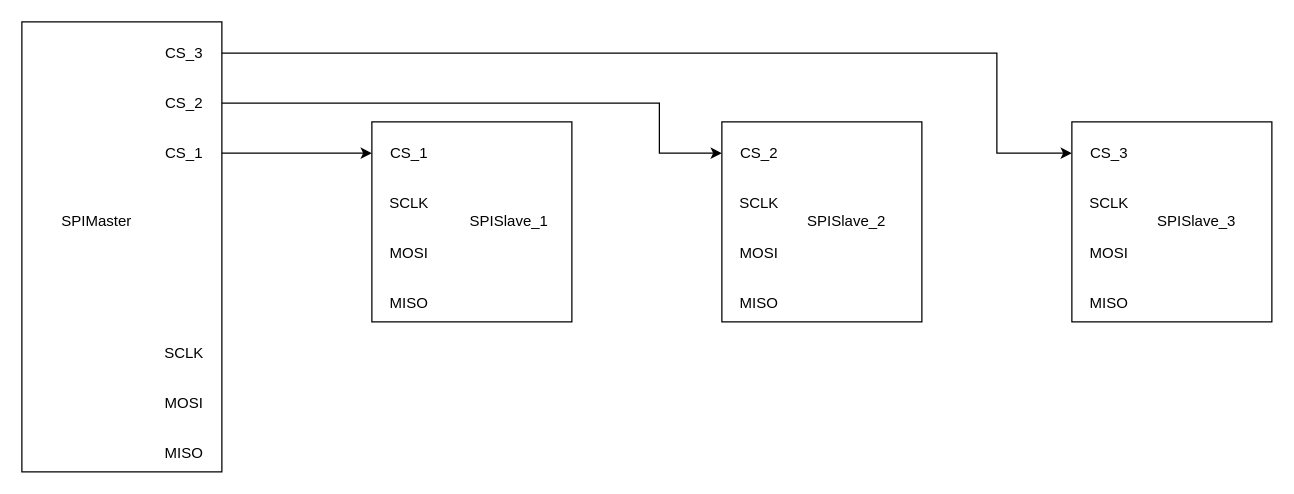
Before: img/post/spi/图_5-1_一个主机多个从机的一般接口框图.dio in ICJJ/icjj.github.io, a draw.io diagram. Source tidied: cells renumbered, new cells numbered last; positions are measured from the earlier drawing's top-left corner, leaving out a move shared by most shapes. Both pictures are drawn from the tidied source at 125%, with x=0, y=0 at pixel (21, 21).
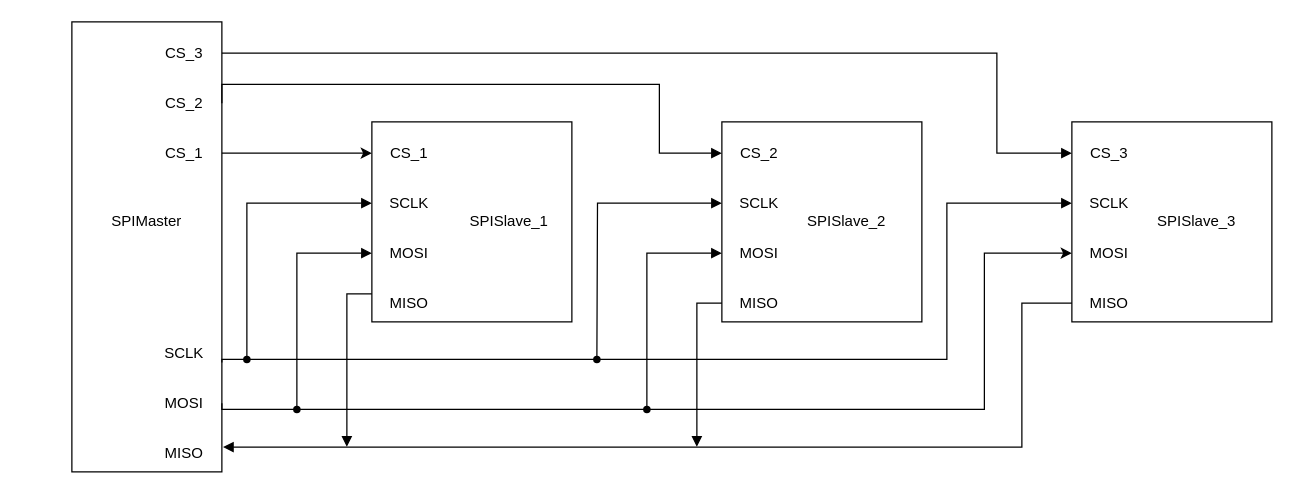
After the change.

Unchanged cells that the change refers to:
```xml
<mxCell id="3" value="MISO" style="text;html=1;strokeColor=none;fillColor=none;align=center;verticalAlign=middle;whiteSpace=wrap;rounded=0;" parent="1" vertex="1">
  <mxGeometry x="100" y="330" width="60" height="30" as="geometry" />
</mxCell>
<mxCell id="4" value="MOSI" style="text;html=1;strokeColor=none;fillColor=none;align=center;verticalAlign=middle;whiteSpace=wrap;rounded=0;" parent="1" vertex="1">
  <mxGeometry x="100" y="290" width="60" height="30" as="geometry" />
</mxCell>
<mxCell id="5" value="SCLK" style="text;html=1;strokeColor=none;fillColor=none;align=center;verticalAlign=middle;whiteSpace=wrap;rounded=0;" parent="1" vertex="1">
  <mxGeometry x="100" y="250" width="60" height="30" as="geometry" />
</mxCell>
<mxCell id="10" value="MISO" style="text;html=1;strokeColor=none;fillColor=none;align=center;verticalAlign=middle;whiteSpace=wrap;rounded=0;" parent="1" vertex="1">
  <mxGeometry x="280" y="210" width="60" height="30" as="geometry" />
</mxCell>
<mxCell id="11" value="MOSI" style="text;html=1;strokeColor=none;fillColor=none;align=center;verticalAlign=middle;whiteSpace=wrap;rounded=0;" parent="1" vertex="1">
  <mxGeometry x="280" y="170" width="60" height="30" as="geometry" />
</mxCell>
<mxCell id="12" value="SCLK" style="text;html=1;strokeColor=none;fillColor=none;align=center;verticalAlign=middle;whiteSpace=wrap;rounded=0;" parent="1" vertex="1">
  <mxGeometry x="280" y="130" width="60" height="30" as="geometry" />
</mxCell>
<mxCell id="16" value="MISO" style="text;html=1;strokeColor=none;fillColor=none;align=center;verticalAlign=middle;whiteSpace=wrap;rounded=0;" parent="1" vertex="1">
  <mxGeometry x="560" y="210" width="60" height="30" as="geometry" />
</mxCell>
<mxCell id="17" value="MOSI" style="text;html=1;strokeColor=none;fillColor=none;align=center;verticalAlign=middle;whiteSpace=wrap;rounded=0;" parent="1" vertex="1">
  <mxGeometry x="560" y="170" width="60" height="30" as="geometry" />
</mxCell>
<mxCell id="18" value="SCLK" style="text;html=1;strokeColor=none;fillColor=none;align=center;verticalAlign=middle;whiteSpace=wrap;rounded=0;" parent="1" vertex="1">
  <mxGeometry x="560" y="130" width="60" height="30" as="geometry" />
</mxCell>
<mxCell id="19" value="CS_2" style="text;html=1;strokeColor=none;fillColor=none;align=center;verticalAlign=middle;whiteSpace=wrap;rounded=0;" parent="1" vertex="1">
  <mxGeometry x="560" y="90" width="60" height="30" as="geometry" />
</mxCell>
<mxCell id="22" value="MISO" style="text;html=1;strokeColor=none;fillColor=none;align=center;verticalAlign=middle;whiteSpace=wrap;rounded=0;" parent="1" vertex="1">
  <mxGeometry x="840" y="210" width="60" height="30" as="geometry" />
</mxCell>
<mxCell id="23" value="MOSI" style="text;html=1;strokeColor=none;fillColor=none;align=center;verticalAlign=middle;whiteSpace=wrap;rounded=0;" parent="1" vertex="1">
  <mxGeometry x="840" y="170" width="60" height="30" as="geometry" />
</mxCell>
<mxCell id="24" value="SCLK" style="text;html=1;strokeColor=none;fillColor=none;align=center;verticalAlign=middle;whiteSpace=wrap;rounded=0;" parent="1" vertex="1">
  <mxGeometry x="840" y="130" width="60" height="30" as="geometry" />
</mxCell>
<mxCell id="25" value="CS_3" style="text;html=1;strokeColor=none;fillColor=none;align=center;verticalAlign=middle;whiteSpace=wrap;rounded=0;" parent="1" vertex="1">
  <mxGeometry x="840" y="90" width="60" height="30" as="geometry" />
</mxCell>
<mxCell id="28" value="CS_2" style="text;html=1;strokeColor=none;fillColor=none;align=center;verticalAlign=middle;whiteSpace=wrap;rounded=0;" parent="1" vertex="1">
  <mxGeometry x="100" y="50" width="60" height="30" as="geometry" />
</mxCell>
<mxCell id="30" value="CS_3" style="text;html=1;strokeColor=none;fillColor=none;align=center;verticalAlign=middle;whiteSpace=wrap;rounded=0;" parent="1" vertex="1">
  <mxGeometry x="100" y="10" width="60" height="30" as="geometry" />
</mxCell>
```

The edit, as a diff of the source:
```diff
@@
     <mxCell id="2" style="rounded=0;whiteSpace=wrap;html=1;" parent="1" vertex="1">
-      <mxGeometry width="160" height="360" as="geometry" />
+      <mxGeometry x="40" width="120" height="360" as="geometry" />
     </mxCell>
@@
+    <mxCell id="31" style="edgeStyle=orthogonalEdgeStyle;rounded=0;jettySize=auto;html=1;exitX=1;exitY=0.5;exitDx=0;exitDy=0;entryX=0;entryY=0.5;entryDx=0;entryDy=0;" parent="1" edge="1" source="4" target="23">
+      <mxGeometry relative="1" as="geometry">
+        <Array as="points">
+          <mxPoint x="160" y="310" />
+          <mxPoint x="770" y="310" />
+          <mxPoint x="770" y="185" />
+        </Array>
+      </mxGeometry>
+    </mxCell>
@@
+    <mxCell id="32" style="edgeStyle=orthogonalEdgeStyle;rounded=0;jettySize=auto;html=1;exitDx=0;exitDy=0;entryX=0;entryY=0.5;entryDx=0;entryDy=0;endArrow=block;endFill=1;exitX=1;exitY=0.75;" parent="1" edge="1" source="5" target="24">
+      <mxGeometry relative="1" as="geometry">
+        <Array as="points">
+          <mxPoint x="160" y="270" />
+          <mxPoint x="740" y="270" />
+          <mxPoint x="740" y="145" />
+        </Array>
+      </mxGeometry>
+    </mxCell>
@@
     <mxCell id="8" value="SPIMaster" style="text;html=1;strokeColor=none;fillColor=none;align=center;verticalAlign=middle;whiteSpace=wrap;rounded=0;" parent="1" vertex="1">
-      <mxGeometry x="30" y="145" width="60" height="30" as="geometry" />
+      <mxGeometry x="70" y="145" width="60" height="30" as="geometry" />
     </mxCell>
@@
+    <mxCell id="33" style="edgeStyle=orthogonalEdgeStyle;rounded=0;jettySize=auto;html=1;exitX=0;exitY=0.25;exitDx=0;exitDy=0;endArrow=block;endFill=1;" parent="1" edge="1" source="10">
+      <mxGeometry relative="1" as="geometry">
+        <mxPoint x="260" y="340" as="targetPoint" />
+      </mxGeometry>
+    </mxCell>
@@
+    <mxCell id="34" style="edgeStyle=orthogonalEdgeStyle;rounded=0;jettySize=auto;html=1;exitDx=0;exitDy=0;endArrow=none;endFill=0;startArrow=block;startFill=1;" parent="1" edge="1" source="40">
+      <mxGeometry relative="1" as="geometry">
+        <mxPoint x="180" y="270" as="targetPoint" />
+      </mxGeometry>
+    </mxCell>
@@
+    <mxCell id="35" style="edgeStyle=orthogonalEdgeStyle;rounded=0;jettySize=auto;html=1;exitX=0;exitY=0.5;exitDx=0;exitDy=0;endArrow=block;endFill=1;" parent="1" edge="1" source="16">
+      <mxGeometry relative="1" as="geometry">
+        <mxPoint x="540" y="340" as="targetPoint" />
+      </mxGeometry>
+    </mxCell>
@@
+    <mxCell id="36" style="edgeStyle=orthogonalEdgeStyle;rounded=0;jettySize=auto;html=1;exitX=0;exitY=0.5;exitDx=0;exitDy=0;startArrow=block;startFill=1;endArrow=none;endFill=0;entryX=0.892;entryY=0.517;entryDx=0;entryDy=0;entryPerimeter=0;" parent="1" edge="1" source="17" target="43">
+      <mxGeometry relative="1" as="geometry">
+        <Array as="points">
+          <mxPoint x="500" y="185" />
+          <mxPoint x="500" y="310" />
+        </Array>
+      </mxGeometry>
+    </mxCell>
@@
+    <mxCell id="37" style="edgeStyle=orthogonalEdgeStyle;rounded=0;jettySize=auto;html=1;exitX=0;exitY=0.5;exitDx=0;exitDy=0;startArrow=block;startFill=1;endArrow=none;endFill=0;" parent="1" edge="1" source="18">
+      <mxGeometry relative="1" as="geometry">
+        <mxPoint x="460" y="270" as="targetPoint" />
+      </mxGeometry>
+    </mxCell>
@@
+    <mxCell id="38" style="edgeStyle=orthogonalEdgeStyle;rounded=0;jettySize=auto;html=1;exitX=0;exitY=0.5;exitDx=0;exitDy=0;entryX=1.015;entryY=0.337;entryDx=0;entryDy=0;entryPerimeter=0;endArrow=block;endFill=1;" parent="1" edge="1" source="22" target="3">
+      <mxGeometry relative="1" as="geometry">
+        <Array as="points">
+          <mxPoint x="800" y="225" />
+          <mxPoint x="800" y="340" />
+        </Array>
+      </mxGeometry>
+    </mxCell>
@@
-    <mxCell id="27" style="edgeStyle=orthogonalEdgeStyle;rounded=0;jettySize=auto;html=1;exitX=1;exitY=0.5;exitDx=0;exitDy=0;entryX=0;entryY=0.5;entryDx=0;entryDy=0;" parent="1" edge="1" source="28" target="19">
+    <mxCell id="27" style="edgeStyle=orthogonalEdgeStyle;rounded=0;jettySize=auto;html=1;exitX=1;exitY=0.5;exitDx=0;exitDy=0;entryX=0;entryY=0.5;entryDx=0;entryDy=0;endArrow=block;endFill=1;" parent="1" edge="1" source="28" target="19">
       <mxGeometry relative="1" as="geometry">
         <Array as="points">
-          <mxPoint x="510" y="65" />
+          <mxPoint x="160" y="50" />
+          <mxPoint x="510" y="50" />
           <mxPoint x="510" y="105" />
         </Array>
       </mxGeometry>
     </mxCell>
@@
-    <mxCell id="29" style="edgeStyle=orthogonalEdgeStyle;rounded=0;jettySize=auto;html=1;exitX=1;exitY=0.5;exitDx=0;exitDy=0;entryX=0;entryY=0.5;entryDx=0;entryDy=0;" parent="1" edge="1" source="30" target="25">
+    <mxCell id="29" style="edgeStyle=orthogonalEdgeStyle;rounded=0;jettySize=auto;html=1;exitX=1;exitY=0.5;exitDx=0;exitDy=0;entryX=0;entryY=0.5;entryDx=0;entryDy=0;endArrow=block;endFill=1;" parent="1" edge="1" source="30" target="25">
       <mxGeometry relative="1" as="geometry">
         <Array as="points">
           <mxPoint x="780" y="25" />
           <mxPoint x="780" y="105" />
         </Array>
       </mxGeometry>
     </mxCell>
@@
+    <mxCell id="39" style="edgeStyle=orthogonalEdgeStyle;rounded=0;jettySize=auto;html=1;exitX=0;exitY=0.5;exitDx=0;exitDy=0;endArrow=none;endFill=0;startArrow=block;startFill=1;" parent="1" edge="1" source="12" target="40">
+      <mxGeometry relative="1" as="geometry" />
+    </mxCell>
+    <mxCell id="40" style="shape=waypoint;sketch=0;fillStyle=solid;size=6;points=[];fillColor=none;perimeter=centerPerimeter;snapToPoint=1;" parent="1" vertex="1">
+      <mxGeometry x="170" y="260" width="20" height="20" as="geometry" />
+    </mxCell>
+    <mxCell id="41" style="shape=waypoint;sketch=0;fillStyle=solid;size=6;fillColor=none;perimeter=centerPerimeter;" parent="1" vertex="1">
+      <mxGeometry x="450" y="260" width="20" height="20" as="geometry" />
+    </mxCell>
+    <mxCell id="42" style="edgeStyle=orthogonalEdgeStyle;rounded=0;jettySize=auto;html=1;exitX=0;exitY=0.5;exitDx=0;exitDy=0;startArrow=block;startFill=1;endArrow=none;endFill=0;entryX=0.892;entryY=0.558;entryDx=0;entryDy=0;entryPerimeter=0;" parent="1" edge="1" source="11" target="44">
+      <mxGeometry relative="1" as="geometry">
+        <Array as="points">
+          <mxPoint x="220" y="185" />
+          <mxPoint x="220" y="310" />
+        </Array>
+      </mxGeometry>
+    </mxCell>
+    <mxCell id="43" style="shape=waypoint;sketch=0;fillStyle=solid;size=6;points=[];fillColor=none;perimeter=centerPerimeter;snapToPoint=1;" parent="1" vertex="1">
+      <mxGeometry x="490" y="300" width="20" height="20" as="geometry" />
+    </mxCell>
+    <mxCell id="44" style="shape=waypoint;sketch=0;fillStyle=solid;size=6;points=[];fillColor=none;perimeter=centerPerimeter;snapToPoint=1;" parent="1" vertex="1">
+      <mxGeometry x="210" y="300" width="20" height="20" as="geometry" />
+    </mxCell>
```
